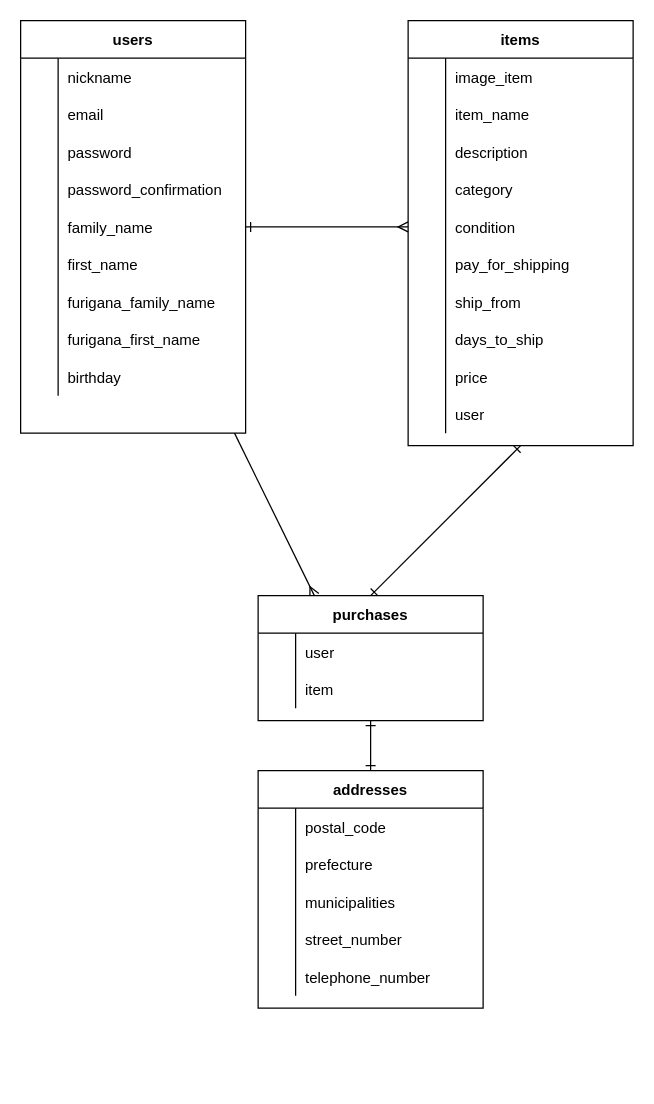
Earlier version of the draw.io diagram ER.dio (Emiri-Kakazu/2nd-furima-32894). Source tidied: cells renumbered, new cells numbered last; positions are measured from the earlier drawing's top-left corner, leaving out a move shared by most shapes. Both pictures are drawn from the tidied source at 125%, with x=0, y=0 at pixel (20, 20).
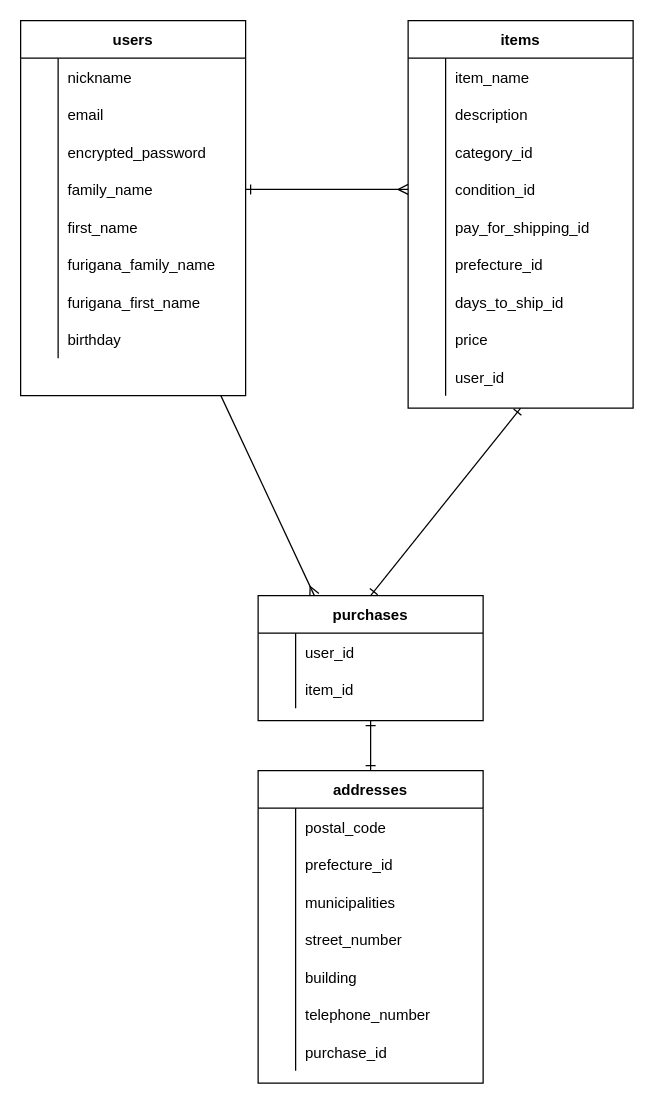
After the change.

The change refers to these unchanged cells:
```xml
<mxCell id="10" style="shape=partialRectangle;fillColor=none;top=0;left=0;bottom=0;right=0;" parent="3" vertex="1">
  <mxGeometry y="90" width="180" height="30" as="geometry" />
</mxCell>
<mxCell id="67" style="shape=partialRectangle;fillColor=none;top=0;left=0;bottom=0;right=0;" parent="63" vertex="1">
  <mxGeometry y="60" width="180" height="30" as="geometry" />
</mxCell>
<mxCell id="81" style="shape=partialRectangle;fillColor=none;top=0;left=0;bottom=0;right=0;" parent="80" vertex="1">
  <mxGeometry y="30" width="180" height="30" as="geometry" />
</mxCell>
<mxCell id="84" style="shape=partialRectangle;fillColor=none;top=0;left=0;bottom=0;right=0;" parent="80" vertex="1">
  <mxGeometry y="60" width="180" height="30" as="geometry" />
</mxCell>
```

Diff of the diagram source:
```diff
@@
     <mxCell id="3" value="users" style="shape=table;startSize=30;childLayout=tableLayout;rowLines=0;fontStyle=1;align=center;" parent="1" vertex="1">
-      <mxGeometry width="180" height="330" as="geometry" />
+      <mxGeometry width="180" height="300" as="geometry" />
     </mxCell>
@@
-    <mxCell id="12" value="password" style="shape=partialRectangle;fillColor=none;top=0;left=0;bottom=0;right=0;align=left;spacingLeft=6;overflow=hidden;" parent="10" vertex="1">
+    <mxCell id="12" value="encrypted_password" style="shape=partialRectangle;fillColor=none;top=0;left=0;bottom=0;right=0;align=left;spacingLeft=6;overflow=hidden;" parent="10" vertex="1">
       <mxGeometry x="30" width="150" height="30" as="geometry" />
     </mxCell>
-    <mxCell id="13" style="shape=partialRectangle;fillColor=none;top=0;left=0;bottom=0;right=0;" parent="3" vertex="1">
-      <mxGeometry y="120" width="180" height="30" as="geometry" />
-    </mxCell>
-    <mxCell id="14" style="shape=partialRectangle;fillColor=none;top=0;left=0;bottom=0;right=0;overflow=hidden;" parent="13" vertex="1">
-      <mxGeometry width="30" height="30" as="geometry" />
-    </mxCell>
-    <mxCell id="15" value="password_confirmation" style="shape=partialRectangle;fillColor=none;top=0;left=0;bottom=0;right=0;align=left;spacingLeft=6;overflow=hidden;" parent="13" vertex="1">
-      <mxGeometry x="30" width="150" height="30" as="geometry" />
-    </mxCell>
     <mxCell id="16" style="shape=partialRectangle;fillColor=none;top=0;left=0;bottom=0;right=0;points=[[0,0.5],[1,0.5]];portConstraint=eastwest;" parent="3" vertex="1">
-      <mxGeometry y="150" width="180" height="30" as="geometry" />
+      <mxGeometry y="120" width="180" height="30" as="geometry" />
     </mxCell>
@@
     <mxCell id="19" style="shape=partialRectangle;fillColor=none;top=0;left=0;bottom=0;right=0;" parent="3" vertex="1">
-      <mxGeometry y="180" width="180" height="30" as="geometry" />
+      <mxGeometry y="150" width="180" height="30" as="geometry" />
     </mxCell>
@@
     <mxCell id="22" style="shape=partialRectangle;fillColor=none;top=0;left=0;bottom=0;right=0;" parent="3" vertex="1">
-      <mxGeometry y="210" width="180" height="30" as="geometry" />
+      <mxGeometry y="180" width="180" height="30" as="geometry" />
     </mxCell>
@@
     <mxCell id="25" style="shape=partialRectangle;fillColor=none;top=0;left=0;bottom=0;right=0;" parent="3" vertex="1">
-      <mxGeometry y="240" width="180" height="30" as="geometry" />
+      <mxGeometry y="210" width="180" height="30" as="geometry" />
     </mxCell>
@@
     <mxCell id="28" style="shape=partialRectangle;fillColor=none;top=0;left=0;bottom=0;right=0;" parent="3" vertex="1">
-      <mxGeometry y="270" width="180" height="30" as="geometry" />
+      <mxGeometry y="240" width="180" height="30" as="geometry" />
     </mxCell>
@@
     <mxCell id="32" value="items" style="shape=table;startSize=30;childLayout=tableLayout;rowLines=0;fontStyle=1;align=center;" parent="1" vertex="1">
-      <mxGeometry x="310" width="180" height="340" as="geometry" />
+      <mxGeometry x="310" width="180" height="310" as="geometry" />
     </mxCell>
-    <mxCell id="33" style="shape=partialRectangle;fillColor=none;top=0;left=0;bottom=0;right=0;" parent="32" vertex="1">
-      <mxGeometry y="30" width="180" height="30" as="geometry" />
-    </mxCell>
-    <mxCell id="34" style="shape=partialRectangle;fillColor=none;top=0;left=0;bottom=0;right=0;overflow=hidden;" parent="33" vertex="1">
-      <mxGeometry width="30" height="30" as="geometry" />
-    </mxCell>
-    <mxCell id="35" value="image_item" style="shape=partialRectangle;fillColor=none;top=0;left=0;bottom=0;right=0;align=left;spacingLeft=6;overflow=hidden;" parent="33" vertex="1">
-      <mxGeometry x="30" width="150" height="30" as="geometry" />
-    </mxCell>
     <mxCell id="36" style="shape=partialRectangle;fillColor=none;top=0;left=0;bottom=0;right=0;" parent="32" vertex="1">
-      <mxGeometry y="60" width="180" height="30" as="geometry" />
+      <mxGeometry y="30" width="180" height="30" as="geometry" />
     </mxCell>
@@
     <mxCell id="39" style="shape=partialRectangle;fillColor=none;top=0;left=0;bottom=0;right=0;" parent="32" vertex="1">
-      <mxGeometry y="90" width="180" height="30" as="geometry" />
+      <mxGeometry y="60" width="180" height="30" as="geometry" />
     </mxCell>
@@
     <mxCell id="42" style="shape=partialRectangle;fillColor=none;top=0;left=0;bottom=0;right=0;" parent="32" vertex="1">
-      <mxGeometry y="120" width="180" height="30" as="geometry" />
+      <mxGeometry y="90" width="180" height="30" as="geometry" />
     </mxCell>
@@
-    <mxCell id="44" value="category" style="shape=partialRectangle;fillColor=none;top=0;left=0;bottom=0;right=0;align=left;spacingLeft=6;overflow=hidden;" parent="42" vertex="1">
+    <mxCell id="44" value="category_id" style="shape=partialRectangle;fillColor=none;top=0;left=0;bottom=0;right=0;align=left;spacingLeft=6;overflow=hidden;" parent="42" vertex="1">
       <mxGeometry x="30" width="150" height="30" as="geometry" />
     </mxCell>
     <mxCell id="45" style="shape=partialRectangle;fillColor=none;top=0;left=0;bottom=0;right=0;points=[[0,0.5],[1,0.5]];portConstraint=eastwest;" parent="32" vertex="1">
-      <mxGeometry y="150" width="180" height="30" as="geometry" />
+      <mxGeometry y="120" width="180" height="30" as="geometry" />
     </mxCell>
@@
-    <mxCell id="47" value="condition" style="shape=partialRectangle;fillColor=none;top=0;left=0;bottom=0;right=0;align=left;spacingLeft=6;overflow=hidden;" parent="45" vertex="1">
+    <mxCell id="47" value="condition_id" style="shape=partialRectangle;fillColor=none;top=0;left=0;bottom=0;right=0;align=left;spacingLeft=6;overflow=hidden;" parent="45" vertex="1">
       <mxGeometry x="30" width="150" height="30" as="geometry" />
     </mxCell>
     <mxCell id="48" style="shape=partialRectangle;fillColor=none;top=0;left=0;bottom=0;right=0;" parent="32" vertex="1">
-      <mxGeometry y="180" width="180" height="30" as="geometry" />
+      <mxGeometry y="150" width="180" height="30" as="geometry" />
     </mxCell>
@@
-    <mxCell id="50" value="pay_for_shipping" style="shape=partialRectangle;fillColor=none;top=0;left=0;bottom=0;right=0;align=left;spacingLeft=6;overflow=hidden;" parent="48" vertex="1">
+    <mxCell id="50" value="pay_for_shipping_id" style="shape=partialRectangle;fillColor=none;top=0;left=0;bottom=0;right=0;align=left;spacingLeft=6;overflow=hidden;" parent="48" vertex="1">
       <mxGeometry x="30" width="150" height="30" as="geometry" />
     </mxCell>
     <mxCell id="51" style="shape=partialRectangle;fillColor=none;top=0;left=0;bottom=0;right=0;" parent="32" vertex="1">
-      <mxGeometry y="210" width="180" height="30" as="geometry" />
+      <mxGeometry y="180" width="180" height="30" as="geometry" />
     </mxCell>
@@
-    <mxCell id="53" value="ship_from" style="shape=partialRectangle;fillColor=none;top=0;left=0;bottom=0;right=0;align=left;spacingLeft=6;overflow=hidden;" parent="51" vertex="1">
+    <mxCell id="53" value="prefecture_id" style="shape=partialRectangle;fillColor=none;top=0;left=0;bottom=0;right=0;align=left;spacingLeft=6;overflow=hidden;" parent="51" vertex="1">
       <mxGeometry x="30" width="150" height="30" as="geometry" />
     </mxCell>
     <mxCell id="54" style="shape=partialRectangle;fillColor=none;top=0;left=0;bottom=0;right=0;" parent="32" vertex="1">
-      <mxGeometry y="240" width="180" height="30" as="geometry" />
+      <mxGeometry y="210" width="180" height="30" as="geometry" />
     </mxCell>
@@
-    <mxCell id="56" value="days_to_ship" style="shape=partialRectangle;fillColor=none;top=0;left=0;bottom=0;right=0;align=left;spacingLeft=6;overflow=hidden;" parent="54" vertex="1">
+    <mxCell id="56" value="days_to_ship_id" style="shape=partialRectangle;fillColor=none;top=0;left=0;bottom=0;right=0;align=left;spacingLeft=6;overflow=hidden;" parent="54" vertex="1">
       <mxGeometry x="30" width="150" height="30" as="geometry" />
     </mxCell>
     <mxCell id="57" style="shape=partialRectangle;fillColor=none;top=0;left=0;bottom=0;right=0;" parent="32" vertex="1">
-      <mxGeometry y="270" width="180" height="30" as="geometry" />
+      <mxGeometry y="240" width="180" height="30" as="geometry" />
     </mxCell>
@@
     <mxCell id="60" style="shape=partialRectangle;fillColor=none;top=0;left=0;bottom=0;right=0;" parent="32" vertex="1">
-      <mxGeometry y="300" width="180" height="30" as="geometry" />
+      <mxGeometry y="270" width="180" height="30" as="geometry" />
     </mxCell>
@@
-    <mxCell id="62" value="user" style="shape=partialRectangle;fillColor=none;top=0;left=0;bottom=0;right=0;align=left;spacingLeft=6;overflow=hidden;" parent="60" vertex="1">
+    <mxCell id="62" value="user_id" style="shape=partialRectangle;fillColor=none;top=0;left=0;bottom=0;right=0;align=left;spacingLeft=6;overflow=hidden;" parent="60" vertex="1">
       <mxGeometry x="30" width="150" height="30" as="geometry" />
     </mxCell>
     <mxCell id="63" value="addresses" style="shape=table;startSize=30;childLayout=tableLayout;rowLines=0;fontStyle=1;align=center;" parent="1" vertex="1">
-      <mxGeometry x="190" y="600" width="180" height="190" as="geometry" />
+      <mxGeometry x="190" y="600" width="180" height="250" as="geometry" />
     </mxCell>
@@
-    <mxCell id="69" value="prefecture" style="shape=partialRectangle;fillColor=none;top=0;left=0;bottom=0;right=0;align=left;spacingLeft=6;overflow=hidden;" parent="67" vertex="1">
+    <mxCell id="69" value="prefecture_id" style="shape=partialRectangle;fillColor=none;top=0;left=0;bottom=0;right=0;align=left;spacingLeft=6;overflow=hidden;" parent="67" vertex="1">
       <mxGeometry x="30" width="150" height="30" as="geometry" />
     </mxCell>
@@
+    <mxCell id="88" style="shape=partialRectangle;fillColor=none;top=0;left=0;bottom=0;right=0;" parent="63" vertex="1">
+      <mxGeometry y="150" width="180" height="30" as="geometry" />
+    </mxCell>
+    <mxCell id="89" style="shape=partialRectangle;fillColor=none;top=0;left=0;bottom=0;right=0;overflow=hidden;" parent="88" vertex="1">
+      <mxGeometry width="30" height="30" as="geometry" />
+    </mxCell>
+    <mxCell id="90" value="building" style="shape=partialRectangle;fillColor=none;top=0;left=0;bottom=0;right=0;align=left;spacingLeft=6;overflow=hidden;" parent="88" vertex="1">
+      <mxGeometry x="30" width="150" height="30" as="geometry" />
+    </mxCell>
     <mxCell id="76" style="shape=partialRectangle;fillColor=none;top=0;left=0;bottom=0;right=0;" parent="63" vertex="1">
-      <mxGeometry y="150" width="180" height="30" as="geometry" />
+      <mxGeometry y="180" width="180" height="30" as="geometry" />
     </mxCell>
@@
+    <mxCell id="91" style="shape=partialRectangle;fillColor=none;top=0;left=0;bottom=0;right=0;" parent="63" vertex="1">
+      <mxGeometry y="210" width="180" height="30" as="geometry" />
+    </mxCell>
+    <mxCell id="92" style="shape=partialRectangle;fillColor=none;top=0;left=0;bottom=0;right=0;overflow=hidden;" parent="91" vertex="1">
+      <mxGeometry width="30" height="30" as="geometry" />
+    </mxCell>
+    <mxCell id="93" value="purchase_id" style="shape=partialRectangle;fillColor=none;top=0;left=0;bottom=0;right=0;align=left;spacingLeft=6;overflow=hidden;" parent="91" vertex="1">
+      <mxGeometry x="30" width="150" height="30" as="geometry" />
+    </mxCell>
@@
-    <mxCell id="83" value="user" style="shape=partialRectangle;fillColor=none;top=0;left=0;bottom=0;right=0;align=left;spacingLeft=6;overflow=hidden;" parent="81" vertex="1">
+    <mxCell id="83" value="user_id" style="shape=partialRectangle;fillColor=none;top=0;left=0;bottom=0;right=0;align=left;spacingLeft=6;overflow=hidden;" parent="81" vertex="1">
       <mxGeometry x="30" width="150" height="30" as="geometry" />
     </mxCell>
@@
-    <mxCell id="86" value="item" style="shape=partialRectangle;fillColor=none;top=0;left=0;bottom=0;right=0;align=left;spacingLeft=6;overflow=hidden;" parent="84" vertex="1">
+    <mxCell id="86" value="item_id" style="shape=partialRectangle;fillColor=none;top=0;left=0;bottom=0;right=0;align=left;spacingLeft=6;overflow=hidden;" parent="84" vertex="1">
       <mxGeometry x="30" width="150" height="30" as="geometry" />
     </mxCell>
```
